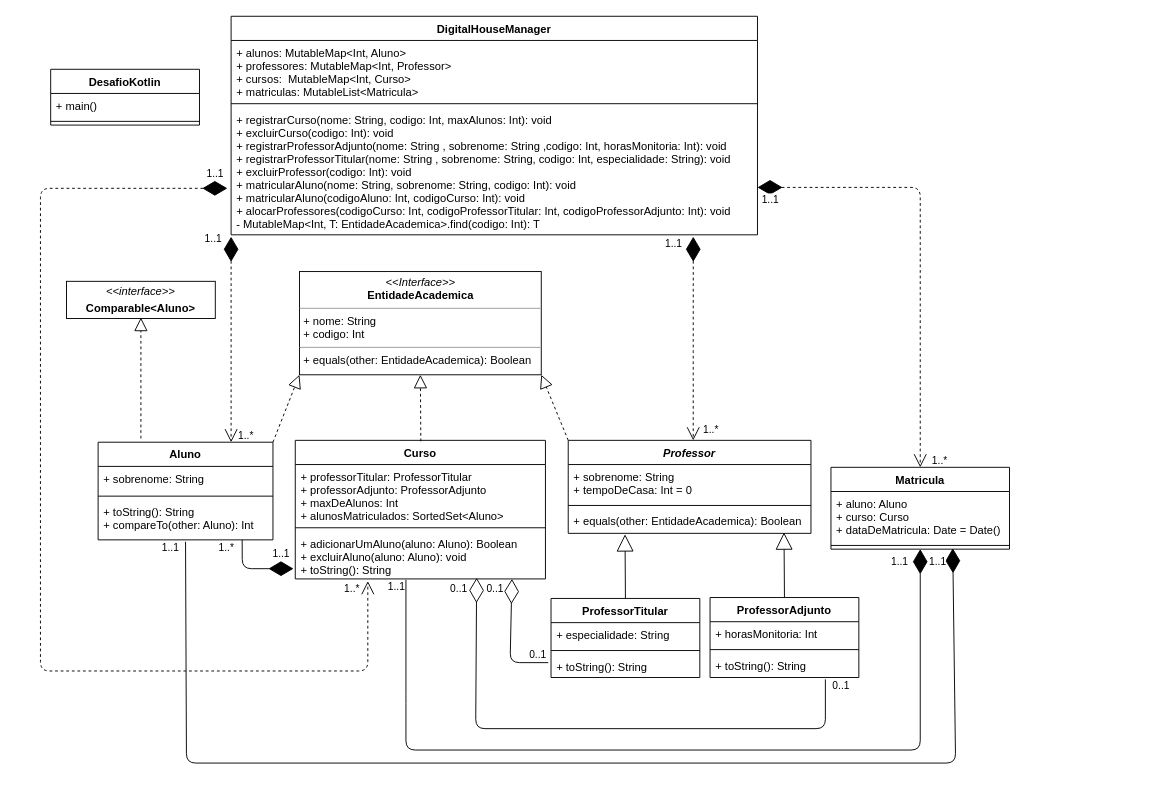
Earlier version of the draw.io diagram UML/sistema_academico.drawio (anandacamara/sistema_academico). Source tidied: cells renumbered, new cells numbered last; positions are measured from the earlier drawing's top-left corner, leaving out a move shared by most shapes. Both pictures are drawn from the tidied source at 93%, with x=0, y=0 at pixel (40, 16).
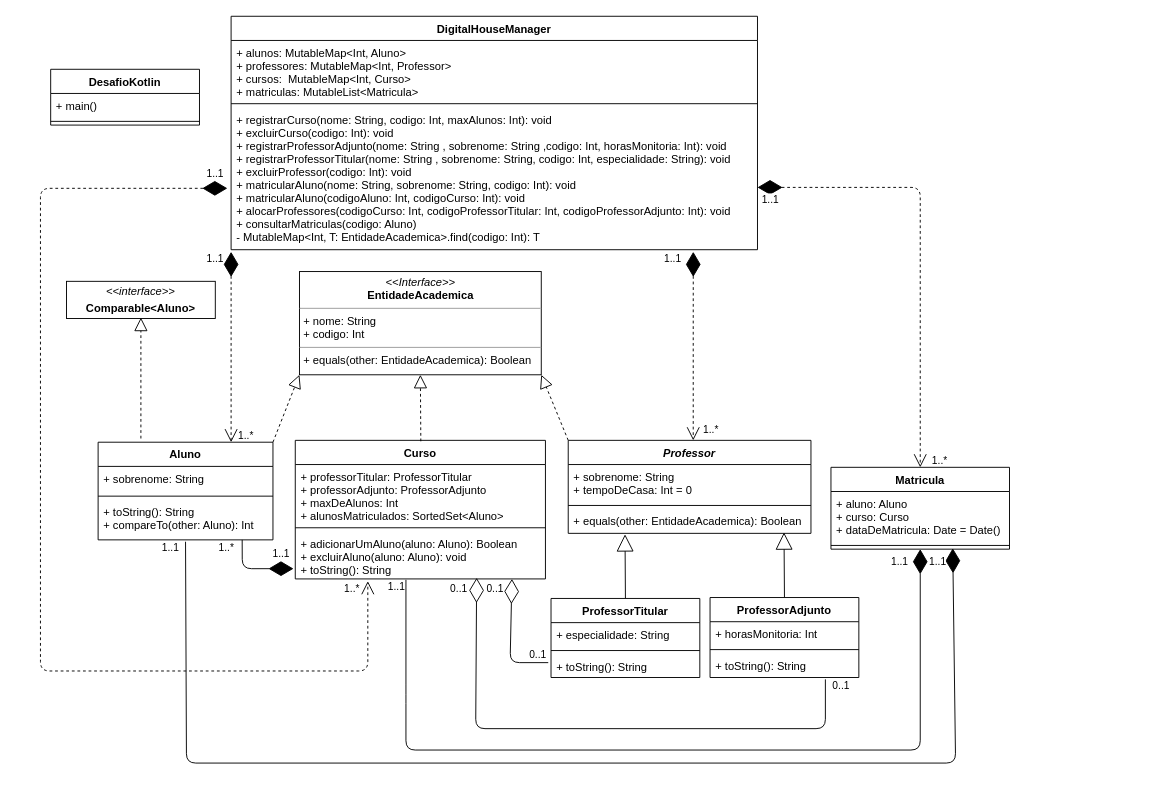
The same diagram, later.

Commit message (it also covers changes not shown here):
Parte K - Atualização no UML fun consultarMatriculas

Change to the diagram source:
```diff
@@
     <mxCell id="2" value="DigitalHouseManager" style="swimlane;fontStyle=1;align=center;verticalAlign=top;horizontal=1;startSize=26;" parent="1" vertex="1">
-      <mxGeometry x="205" width="566" height="235" as="geometry" />
+      <mxGeometry x="205" width="566" height="251" as="geometry" />
     </mxCell>
@@
-    <mxCell id="5" value="+ registrarCurso(nome: String, codigo: Int, maxAlunos: Int): void&#10;+ excluirCurso(codigo: Int): void&#10;+ registrarProfessorAdjunto(nome: String , sobrenome: String ,codigo: Int, horasMonitoria: Int): void&#10;+ registrarProfessorTitular(nome: String , sobrenome: String, codigo: Int, especialidade: String): void&#10;+ excluirProfessor(codigo: Int): void&#10;+ matricularAluno(nome: String, sobrenome: String, codigo: Int): void&#10;+ matricularAluno(codigoAluno: Int, codigoCurso: Int): void&#10;+ alocarProfessores(codigoCurso: Int, codigoProfessorTitular: Int, codigoProfessorAdjunto: Int): void&#10;- MutableMap&lt;Int, T: EntidadeAcademica&gt;.find(codigo: Int): T&#10;&#10;" style="text;strokeColor=none;fillColor=none;align=left;verticalAlign=top;spacingLeft=4;spacingRight=4;overflow=hidden;points=[[0,0.5],[1,0.5]];portConstraint=eastwest;" parent="2" vertex="1">
-      <mxGeometry y="98" width="566" height="137" as="geometry" />
+    <mxCell id="5" value="+ registrarCurso(nome: String, codigo: Int, maxAlunos: Int): void&#10;+ excluirCurso(codigo: Int): void&#10;+ registrarProfessorAdjunto(nome: String , sobrenome: String ,codigo: Int, horasMonitoria: Int): void&#10;+ registrarProfessorTitular(nome: String , sobrenome: String, codigo: Int, especialidade: String): void&#10;+ excluirProfessor(codigo: Int): void&#10;+ matricularAluno(nome: String, sobrenome: String, codigo: Int): void&#10;+ matricularAluno(codigoAluno: Int, codigoCurso: Int): void&#10;+ alocarProfessores(codigoCurso: Int, codigoProfessorTitular: Int, codigoProfessorAdjunto: Int): void&#10;+ consultarMatriculas(codigo: Aluno)&#10;- MutableMap&lt;Int, T: EntidadeAcademica&gt;.find(codigo: Int): T&#10;&#10;" style="text;strokeColor=none;fillColor=none;align=left;verticalAlign=top;spacingLeft=4;spacingRight=4;overflow=hidden;points=[[0,0.5],[1,0.5]];portConstraint=eastwest;" parent="2" vertex="1">
+      <mxGeometry y="98" width="566" height="153" as="geometry" />
     </mxCell>
@@
     <mxCell id="28" value="1..1" style="edgeLabel;html=1;align=left;verticalAlign=top;" parent="1" vertex="1">
-      <mxGeometry x="175" y="226" width="220" as="geometry" />
+      <mxGeometry x="177" y="248" width="220" as="geometry" />
     </mxCell>
@@
     <mxCell id="30" value="1..1" style="edgeLabel;html=1;align=left;verticalAlign=top;" parent="1" vertex="1">
-      <mxGeometry x="670" y="232" width="220" as="geometry" />
+      <mxGeometry x="669" y="248" width="220" as="geometry" />
     </mxCell>
```
